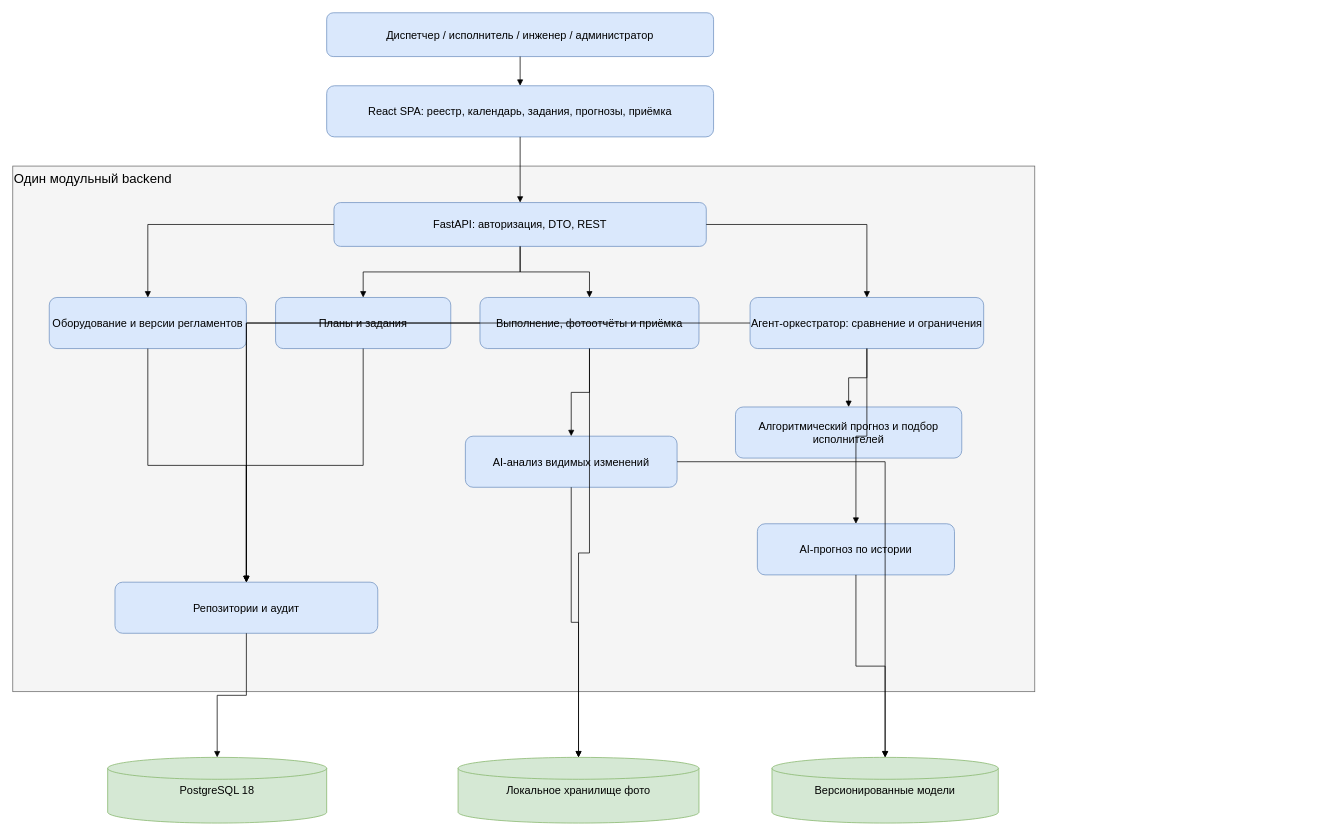
Before: docs/assets/architecture/system_architecture.drawio in Fir-White/FixRateAI, a draw.io diagram. Source tidied: cells renumbered, new cells numbered last; positions are measured from the earlier drawing's top-left corner, leaving out a move shared by most shapes. Both pictures are drawn from the tidied source at 73%, with x=0, y=0 at pixel (12, 12).
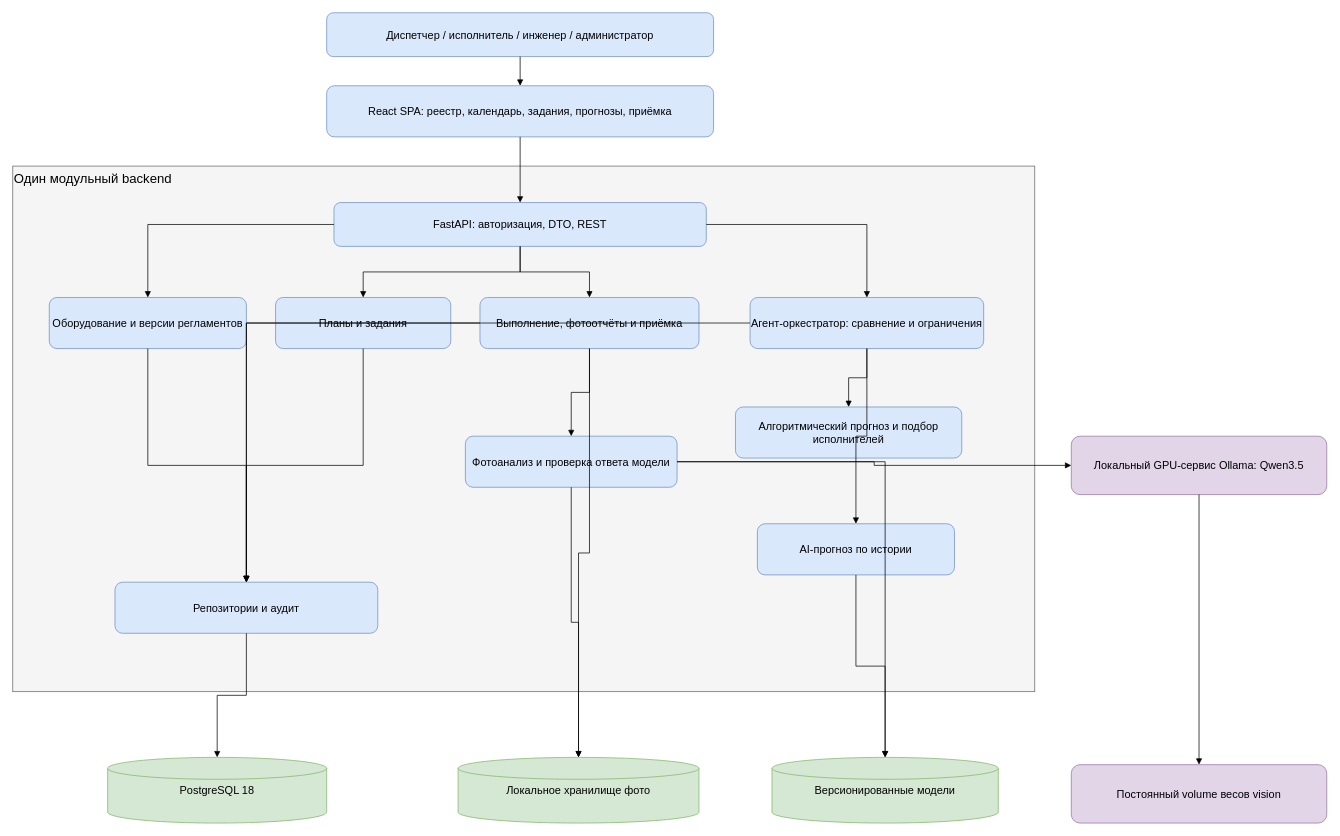
The same diagram, later.

Commit message (it also covers changes not shown here):
Record real local vision acceptance, isolated runtime and preserved rework history

Diff of the diagram source:
```diff
@@
-    <mxCell id="12" value="AI-анализ видимых изменений" style="rounded=1;whiteSpace=wrap;html=0;fillColor=#dae8fc;strokeColor=#6c8ebf;fontSize=15;" parent="1" vertex="1">
+    <mxCell id="12" value="Фотоанализ и проверка ответа модели" style="rounded=1;whiteSpace=wrap;html=0;fillColor=#dae8fc;strokeColor=#6c8ebf;fontSize=15;" parent="1" vertex="1">
       <mxGeometry x="620" y="580" width="290" height="70" as="geometry" />
     </mxCell>
@@
+    <mxCell id="35" value="Локальный GPU-сервис Ollama: Qwen3.5" style="rounded=1;whiteSpace=wrap;html=0;fillColor=#e1d5e7;strokeColor=#9673a6;fontSize=15;" parent="1" vertex="1">
+      <mxGeometry x="1450" y="580" width="350" height="80" as="geometry" />
+    </mxCell>
+    <mxCell id="36" value="Постоянный volume весов vision" style="rounded=1;whiteSpace=wrap;html=0;fillColor=#e1d5e7;strokeColor=#9673a6;fontSize=15;" parent="1" vertex="1">
+      <mxGeometry x="1450" y="1030" width="350" height="80" as="geometry" />
+    </mxCell>
+    <mxCell id="37" style="edgeStyle=orthogonalEdgeStyle;rounded=0;html=0;endArrow=block;" parent="1" edge="1" source="12" target="35">
+      <mxGeometry relative="1" as="geometry" />
+    </mxCell>
+    <mxCell id="38" style="edgeStyle=orthogonalEdgeStyle;rounded=0;html=0;endArrow=block;" parent="1" edge="1" source="35" target="36">
+      <mxGeometry relative="1" as="geometry" />
+    </mxCell>
```
